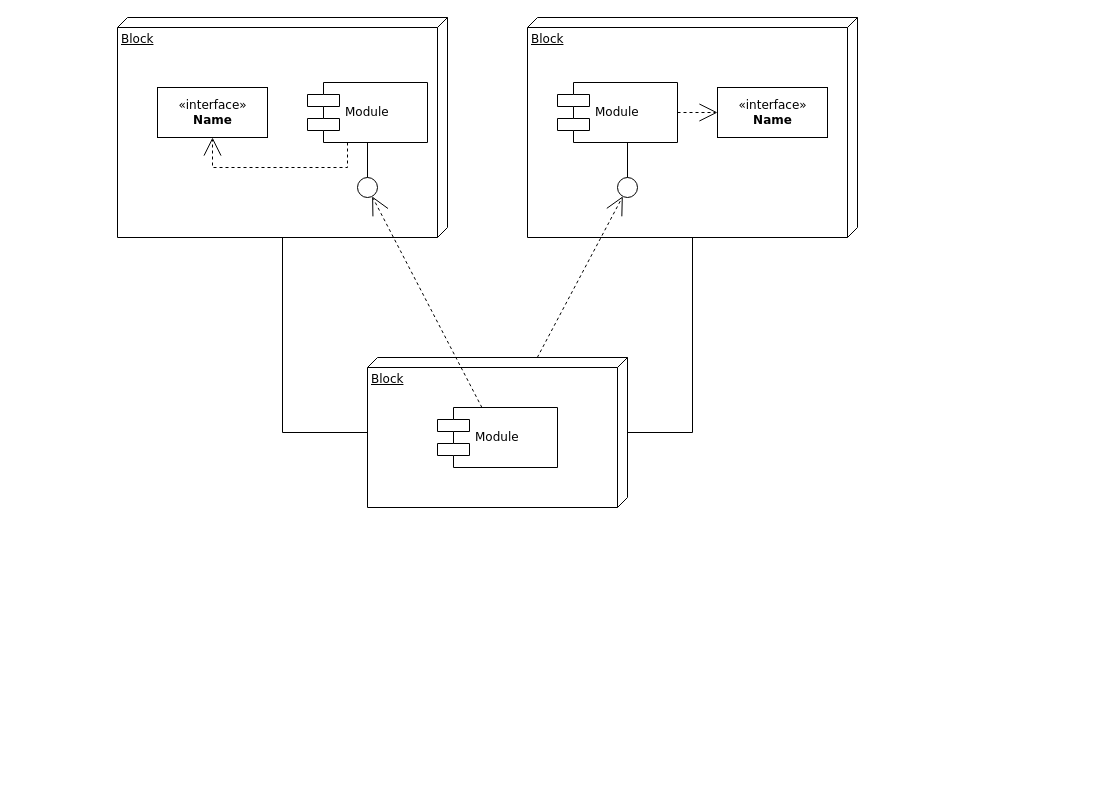
This is Untitled Diagram.drawio from andreikoshelap/go_warehouse, a draw.io file, before an edit. Source tidied: cells renumbered, new cells numbered last; positions are measured from the earlier drawing's top-left corner, leaving out a move shared by most shapes. Both pictures are drawn from the tidied source at 100%, with x=0, y=0 at pixel (117, 17).
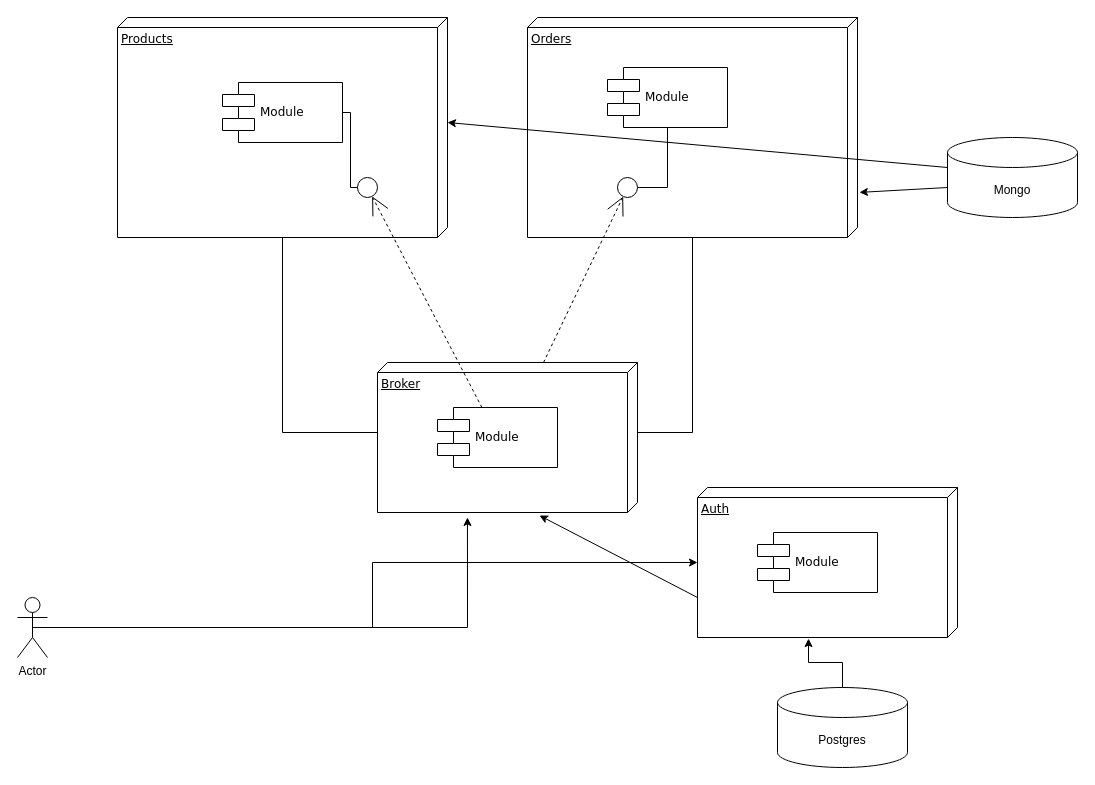
Above is the later version.

Commit message:
MSA stock

The change refers to these unchanged cells:
```xml
<mxCell id="10" style="ellipse;whiteSpace=wrap;html=1;rounded=0;shadow=0;comic=0;labelBackgroundColor=none;strokeWidth=1;fontFamily=Verdana;fontSize=12;align=center;" parent="1" vertex="1">
  <mxGeometry x="500" y="160" width="20" height="20" as="geometry" />
</mxCell>
```

Diff of the diagram source:
```diff
@@
-    <mxCell id="2" value="Block" style="verticalAlign=top;align=left;spacingTop=8;spacingLeft=2;spacingRight=12;shape=cube;size=10;direction=south;fontStyle=4;html=1;rounded=0;shadow=0;comic=0;labelBackgroundColor=none;strokeWidth=1;fontFamily=Verdana;fontSize=12;" parent="1" vertex="1">
+    <mxCell id="2" value="Products" style="verticalAlign=top;align=left;spacingTop=8;spacingLeft=2;spacingRight=12;shape=cube;size=10;direction=south;fontStyle=4;html=1;rounded=0;shadow=0;comic=0;labelBackgroundColor=none;strokeWidth=1;fontFamily=Verdana;fontSize=12;" parent="1" vertex="1">
       <mxGeometry width="330" height="220" as="geometry" />
     </mxCell>
-    <mxCell id="3" value="Block" style="verticalAlign=top;align=left;spacingTop=8;spacingLeft=2;spacingRight=12;shape=cube;size=10;direction=south;fontStyle=4;html=1;rounded=0;shadow=0;comic=0;labelBackgroundColor=none;strokeWidth=1;fontFamily=Verdana;fontSize=12;" parent="1" vertex="1">
+    <mxCell id="3" value="Orders" style="verticalAlign=top;align=left;spacingTop=8;spacingLeft=2;spacingRight=12;shape=cube;size=10;direction=south;fontStyle=4;html=1;rounded=0;shadow=0;comic=0;labelBackgroundColor=none;strokeWidth=1;fontFamily=Verdana;fontSize=12;" parent="1" vertex="1">
       <mxGeometry x="410" width="330" height="220" as="geometry" />
     </mxCell>
-    <mxCell id="4" value="Block" style="verticalAlign=top;align=left;spacingTop=8;spacingLeft=2;spacingRight=12;shape=cube;size=10;direction=south;fontStyle=4;html=1;rounded=0;shadow=0;comic=0;labelBackgroundColor=none;strokeWidth=1;fontFamily=Verdana;fontSize=12;" parent="1" vertex="1">
-      <mxGeometry x="250" y="340" width="260" height="150" as="geometry" />
+    <mxCell id="4" value="Broker" style="verticalAlign=top;align=left;spacingTop=8;spacingLeft=2;spacingRight=12;shape=cube;size=10;direction=south;fontStyle=4;html=1;rounded=0;shadow=0;comic=0;labelBackgroundColor=none;strokeWidth=1;fontFamily=Verdana;fontSize=12;" parent="1" vertex="1">
+      <mxGeometry x="260" y="345" width="260" height="150" as="geometry" />
     </mxCell>
-    <mxCell id="5" value="&amp;laquo;interface&amp;raquo;&lt;br&gt;&lt;b&gt;Name&lt;/b&gt;" style="html=1;rounded=0;shadow=0;comic=0;labelBackgroundColor=none;strokeWidth=1;fontFamily=Verdana;fontSize=12;align=center;" parent="1" vertex="1">
-      <mxGeometry x="40" y="70" width="110" height="50" as="geometry" />
-    </mxCell>
     <mxCell id="6" value="Module" style="shape=component;align=left;spacingLeft=36;rounded=0;shadow=0;comic=0;labelBackgroundColor=none;strokeWidth=1;fontFamily=Verdana;fontSize=12;html=1;" parent="1" vertex="1">
-      <mxGeometry x="190" y="65" width="120" height="60" as="geometry" />
+      <mxGeometry x="105" y="65" width="120" height="60" as="geometry" />
     </mxCell>
@@
     <mxCell id="8" value="Module" style="shape=component;align=left;spacingLeft=36;rounded=0;shadow=0;comic=0;labelBackgroundColor=none;strokeWidth=1;fontFamily=Verdana;fontSize=12;html=1;" parent="1" vertex="1">
-      <mxGeometry x="440" y="65" width="120" height="60" as="geometry" />
+      <mxGeometry x="490" y="50" width="120" height="60" as="geometry" />
     </mxCell>
-    <mxCell id="9" value="&amp;laquo;interface&amp;raquo;&lt;br&gt;&lt;b&gt;Name&lt;/b&gt;" style="html=1;rounded=0;shadow=0;comic=0;labelBackgroundColor=none;strokeWidth=1;fontFamily=Verdana;fontSize=12;align=center;" parent="1" vertex="1">
-      <mxGeometry x="600" y="70" width="110" height="50" as="geometry" />
-    </mxCell>
@@
-    <mxCell id="14" style="edgeStyle=elbowEdgeStyle;rounded=0;html=1;labelBackgroundColor=none;startArrow=none;startFill=0;startSize=8;endArrow=none;endFill=0;endSize=16;fontFamily=Verdana;fontSize=12;" parent="1" edge="1" source="10" target="8">
-      <mxGeometry relative="1" as="geometry" />
+    <mxCell id="14" style="edgeStyle=elbowEdgeStyle;rounded=0;html=1;labelBackgroundColor=none;startArrow=none;startFill=0;startSize=8;endArrow=none;endFill=0;endSize=16;fontFamily=Verdana;fontSize=12;entryX=0.5;entryY=1;entryDx=0;entryDy=0;" parent="1" edge="1" source="10" target="8">
+      <mxGeometry relative="1" as="geometry">
+        <Array as="points">
+          <mxPoint x="550" y="140" />
+        </Array>
+      </mxGeometry>
     </mxCell>
@@
-    <mxCell id="16" style="edgeStyle=orthogonalEdgeStyle;rounded=0;html=1;labelBackgroundColor=none;startArrow=none;startFill=0;startSize=8;endArrow=open;endFill=0;endSize=16;fontFamily=Verdana;fontSize=12;dashed=1;" parent="1" edge="1" source="6" target="5">
-      <mxGeometry relative="1" as="geometry">
-        <Array as="points">
-          <mxPoint x="230" y="150" />
-          <mxPoint x="95" y="150" />
-        </Array>
-      </mxGeometry>
-    </mxCell>
-    <mxCell id="17" style="edgeStyle=orthogonalEdgeStyle;rounded=0;html=1;dashed=1;labelBackgroundColor=none;startArrow=none;startFill=0;startSize=8;endArrow=open;endFill=0;endSize=16;fontFamily=Verdana;fontSize=12;" parent="1" edge="1" source="8" target="9">
-      <mxGeometry relative="1" as="geometry" />
-    </mxCell>
@@
+    <mxCell id="20" style="edgeStyle=orthogonalEdgeStyle;rounded=0;jettySize=auto;html=1;exitX=0.5;exitY=0.5;exitDx=0;exitDy=0;exitPerimeter=0;" parent="1" edge="1" source="21" target="23">
+      <mxGeometry relative="1" as="geometry" />
+    </mxCell>
+    <mxCell id="21" value="Actor" style="shape=umlActor;verticalLabelPosition=bottom;verticalAlign=top;html=1;outlineConnect=0;" parent="1" vertex="1">
+      <mxGeometry x="-100" y="580" width="30" height="60" as="geometry" />
+    </mxCell>
+    <mxCell id="22" style="edgeStyle=orthogonalEdgeStyle;rounded=0;jettySize=auto;html=1;exitX=0.5;exitY=0.5;exitDx=0;exitDy=0;exitPerimeter=0;entryX=1.033;entryY=0.654;entryDx=0;entryDy=0;entryPerimeter=0;" parent="1" edge="1" source="21" target="4">
+      <mxGeometry relative="1" as="geometry" />
+    </mxCell>
+    <mxCell id="23" value="Auth" style="verticalAlign=top;align=left;spacingTop=8;spacingLeft=2;spacingRight=12;shape=cube;size=10;direction=south;fontStyle=4;html=1;rounded=0;shadow=0;comic=0;labelBackgroundColor=none;strokeWidth=1;fontFamily=Verdana;fontSize=12;" parent="1" vertex="1">
+      <mxGeometry x="580" y="470" width="260" height="150" as="geometry" />
+    </mxCell>
+    <mxCell id="24" value="Module" style="shape=component;align=left;spacingLeft=36;rounded=0;shadow=0;comic=0;labelBackgroundColor=none;strokeWidth=1;fontFamily=Verdana;fontSize=12;html=1;" parent="1" vertex="1">
+      <mxGeometry x="640" y="515" width="120" height="60" as="geometry" />
+    </mxCell>
+    <mxCell id="25" value="Postgres" style="shape=cylinder3;whiteSpace=wrap;html=1;boundedLbl=1;backgroundOutline=1;size=15;" parent="1" vertex="1">
+      <mxGeometry x="660" y="670" width="130" height="80" as="geometry" />
+    </mxCell>
+    <mxCell id="26" style="edgeStyle=orthogonalEdgeStyle;rounded=0;jettySize=auto;html=1;exitX=0.5;exitY=0;exitDx=0;exitDy=0;exitPerimeter=0;entryX=1.007;entryY=0.573;entryDx=0;entryDy=0;entryPerimeter=0;" parent="1" edge="1" source="25" target="23">
+      <mxGeometry relative="1" as="geometry" />
+    </mxCell>
+    <mxCell id="27" style="endArrow=classic;html=1;rounded=0;entryX=1.02;entryY=0.377;entryDx=0;entryDy=0;entryPerimeter=0;" parent="1" edge="1" target="4">
+      <mxGeometry relative="1" as="geometry">
+        <mxPoint x="580" y="580" as="sourcePoint" />
+      </mxGeometry>
+    </mxCell>
+    <mxCell id="28" value="Mongo" style="shape=cylinder3;whiteSpace=wrap;html=1;boundedLbl=1;backgroundOutline=1;size=15;" parent="1" vertex="1">
+      <mxGeometry x="830" y="120" width="130" height="80" as="geometry" />
+    </mxCell>
+    <mxCell id="29" style="endArrow=classic;html=1;rounded=0;entryX=0.795;entryY=-0.006;entryDx=0;entryDy=0;entryPerimeter=0;" parent="1" edge="1" target="3">
+      <mxGeometry relative="1" as="geometry">
+        <mxPoint x="830" y="170" as="sourcePoint" />
+      </mxGeometry>
+    </mxCell>
+    <mxCell id="30" style="endArrow=classic;html=1;rounded=0;entryX=0;entryY=0;entryDx=105;entryDy=0;entryPerimeter=0;" parent="1" edge="1" target="2">
+      <mxGeometry relative="1" as="geometry">
+        <mxPoint x="830" y="150" as="sourcePoint" />
+      </mxGeometry>
+    </mxCell>
```
